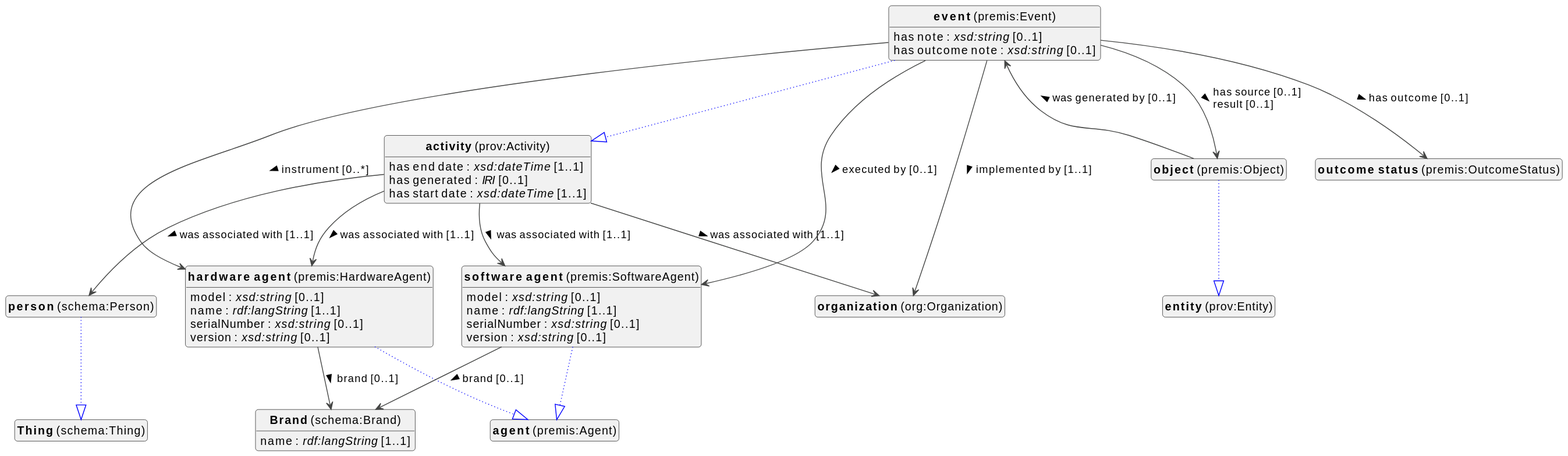
viaacode/documentation-jekyll keeps this PlantUML diagram as docs/metadata/knowledge-graph/0.0.1/events/en/events-diagram.svg. Above is the earlier version.
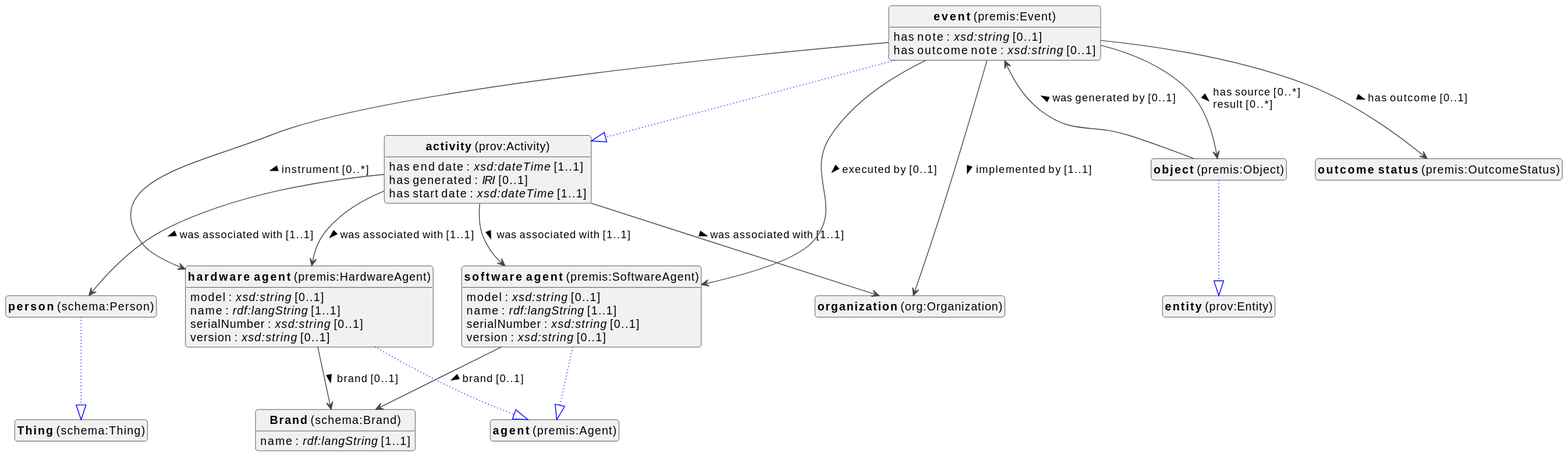
The same file after the commit.

Change to the diagram source:
```diff
@@ -46,7 +46,7 @@
 premis_Event : has outcome note : <i>xsd:string</i> [0..1]
 premis_Event --> org_Organization :implemented by [1..1]  >
 premis_Event --> premis_HardwareAgent :instrument [0..*]  >
-premis_Event --> premis_Object :has source [0..1]  \lresult [0..1]  >
+premis_Event --> premis_Object :has source [0..*]  \lresult [0..*]  >
 premis_Event --> premis_OutcomeStatus :has outcome [0..1]  >
 premis_Event --> premis_SoftwareAgent :executed by [0..1]  >
 
```
